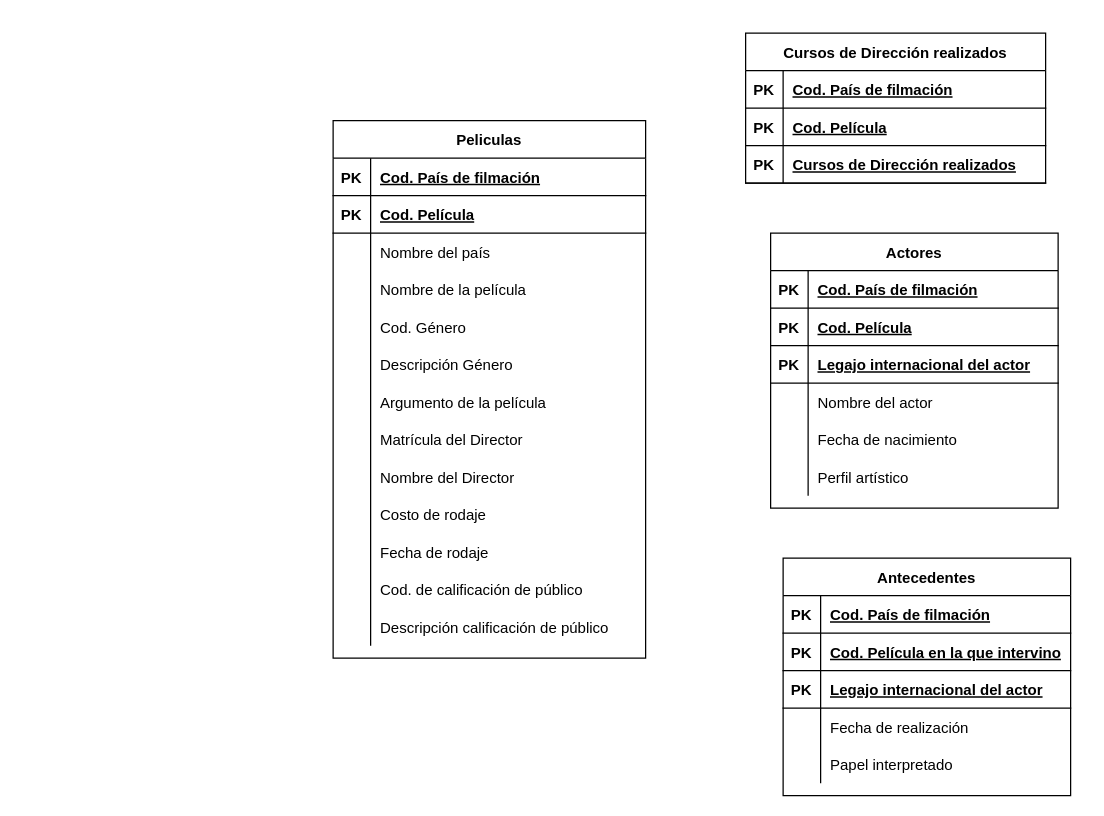
Earlier version of the draw.io diagram peliculas.drawio (RailGun15/BaseDeDatos-UTN). Source tidied: cells renumbered, new cells numbered last; positions are measured from the earlier drawing's top-left corner, leaving out a move shared by most shapes. Both pictures are drawn from the tidied source at 125%, with x=0, y=0 at pixel (332, 32).
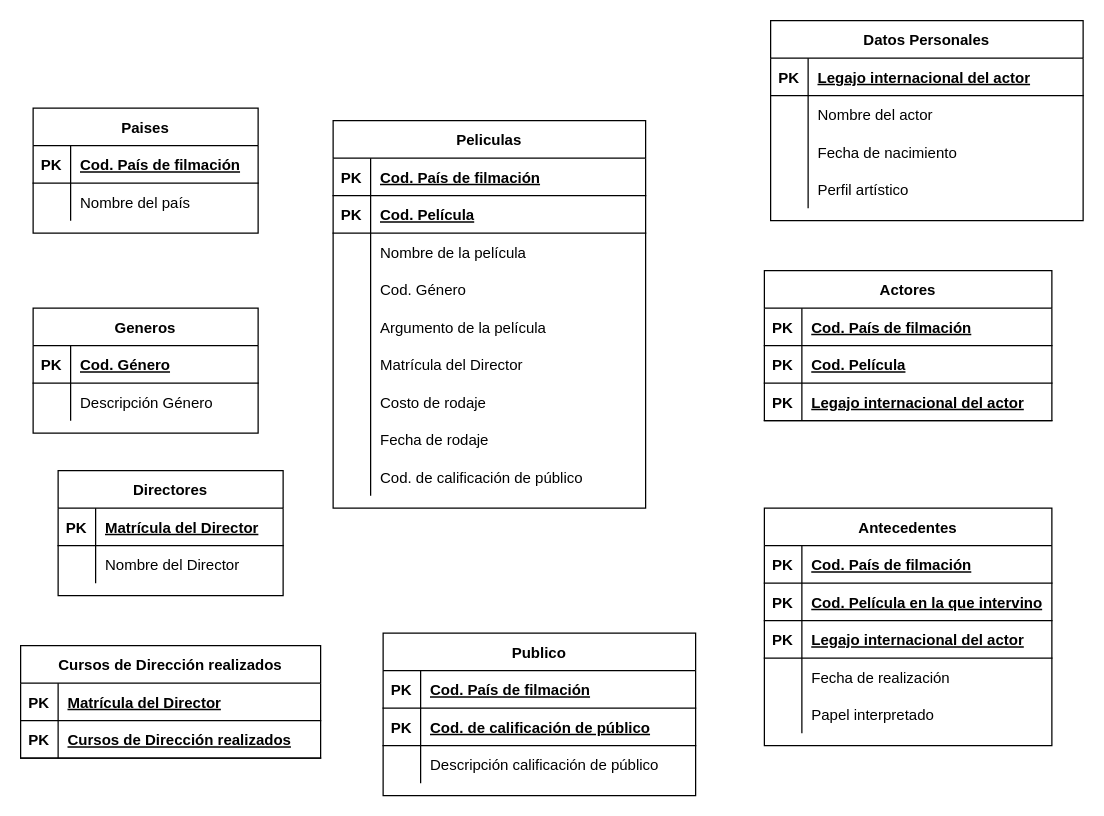
Above is the later version.

Change to the diagram source:
```diff
@@
-    <mxCell id="2" value="Cursos de Dirección realizados" style="shape=table;startSize=30;childLayout=tableLayout;rowLines=0;fontStyle=1;align=center;" parent="1" vertex="1">
-      <mxGeometry x="330" width="240" height="120" as="geometry" />
-    </mxCell>
-    <mxCell id="3" style="shape=partialRectangle;fillColor=none;top=0;left=0;bottom=1;right=0;" parent="2" vertex="1">
-      <mxGeometry y="30" width="240" height="30" as="geometry" />
-    </mxCell>
-    <mxCell id="4" value="PK" style="shape=partialRectangle;fillColor=none;top=0;left=0;bottom=0;right=0;fontStyle=1;overflow=hidden;" parent="3" vertex="1">
-      <mxGeometry width="30" height="30" as="geometry" />
-    </mxCell>
-    <mxCell id="5" value="Cod. País de filmación" style="shape=partialRectangle;fillColor=none;top=0;left=0;bottom=0;right=0;align=left;spacingLeft=6;fontStyle=5;overflow=hidden;" parent="3" vertex="1">
-      <mxGeometry x="30" width="210" height="30" as="geometry" />
-    </mxCell>
-    <mxCell id="6" style="shape=partialRectangle;fillColor=none;top=0;left=0;bottom=1;right=0;" parent="2" vertex="1">
-      <mxGeometry y="60" width="240" height="30" as="geometry" />
-    </mxCell>
-    <mxCell id="7" value="PK" style="shape=partialRectangle;fillColor=none;top=0;left=0;bottom=0;right=0;fontStyle=1;overflow=hidden;" parent="6" vertex="1">
-      <mxGeometry width="30" height="30" as="geometry" />
-    </mxCell>
-    <mxCell id="8" value="Cod. Película" style="shape=partialRectangle;fillColor=none;top=0;left=0;bottom=0;right=0;align=left;spacingLeft=6;fontStyle=5;overflow=hidden;" parent="6" vertex="1">
-      <mxGeometry x="30" width="210" height="30" as="geometry" />
-    </mxCell>
-    <mxCell id="9" style="shape=partialRectangle;fillColor=none;top=0;left=0;bottom=1;right=0;" parent="2" vertex="1">
-      <mxGeometry y="90" width="240" height="30" as="geometry" />
-    </mxCell>
-    <mxCell id="10" value="PK" style="shape=partialRectangle;fillColor=none;top=0;left=0;bottom=0;right=0;fontStyle=1;overflow=hidden;" parent="9" vertex="1">
-      <mxGeometry width="30" height="30" as="geometry" />
-    </mxCell>
-    <mxCell id="11" value="Cursos de Dirección realizados" style="shape=partialRectangle;fillColor=none;top=0;left=0;bottom=0;right=0;align=left;spacingLeft=6;fontStyle=5;overflow=hidden;" parent="9" vertex="1">
-      <mxGeometry x="30" width="210" height="30" as="geometry" />
-    </mxCell>
     <mxCell id="12" value="Peliculas" style="shape=table;startSize=30;childLayout=tableLayout;rowLines=0;fontStyle=1;align=center;" parent="1" vertex="1">
-      <mxGeometry y="70" width="250" height="430" as="geometry" />
+      <mxGeometry y="70" width="250" height="310" as="geometry" />
     </mxCell>
@@
-    <mxCell id="19" style="shape=partialRectangle;fillColor=none;top=0;left=0;bottom=0;right=0;" parent="12" vertex="1">
-      <mxGeometry y="90" width="250" height="30" as="geometry" />
-    </mxCell>
-    <mxCell id="20" style="shape=partialRectangle;fillColor=none;top=0;left=0;bottom=0;right=0;overflow=hidden;" parent="19" vertex="1">
-      <mxGeometry width="30" height="30" as="geometry" />
-    </mxCell>
-    <mxCell id="21" value="Nombre del país" style="shape=partialRectangle;fillColor=none;top=0;left=0;bottom=0;right=0;align=left;spacingLeft=6;overflow=hidden;" parent="19" vertex="1">
-      <mxGeometry x="30" width="220" height="30" as="geometry" />
-    </mxCell>
     <mxCell id="22" style="shape=partialRectangle;fillColor=none;top=0;left=0;bottom=0;right=0;" parent="12" vertex="1">
-      <mxGeometry y="120" width="250" height="30" as="geometry" />
+      <mxGeometry y="90" width="250" height="30" as="geometry" />
     </mxCell>
@@
     <mxCell id="25" style="shape=partialRectangle;fillColor=none;top=0;left=0;bottom=0;right=0;" parent="12" vertex="1">
-      <mxGeometry y="150" width="250" height="30" as="geometry" />
+      <mxGeometry y="120" width="250" height="30" as="geometry" />
     </mxCell>
@@
-    <mxCell id="28" style="shape=partialRectangle;fillColor=none;top=0;left=0;bottom=0;right=0;" parent="12" vertex="1">
-      <mxGeometry y="180" width="250" height="30" as="geometry" />
-    </mxCell>
-    <mxCell id="29" style="shape=partialRectangle;fillColor=none;top=0;left=0;bottom=0;right=0;overflow=hidden;" parent="28" vertex="1">
-      <mxGeometry width="30" height="30" as="geometry" />
-    </mxCell>
-    <mxCell id="30" value="Descripción Género" style="shape=partialRectangle;fillColor=none;top=0;left=0;bottom=0;right=0;align=left;spacingLeft=6;overflow=hidden;" parent="28" vertex="1">
-      <mxGeometry x="30" width="220" height="30" as="geometry" />
-    </mxCell>
     <mxCell id="31" style="shape=partialRectangle;fillColor=none;top=0;left=0;bottom=0;right=0;" parent="12" vertex="1">
-      <mxGeometry y="210" width="250" height="30" as="geometry" />
+      <mxGeometry y="150" width="250" height="30" as="geometry" />
     </mxCell>
@@
     <mxCell id="34" style="shape=partialRectangle;fillColor=none;top=0;left=0;bottom=0;right=0;" parent="12" vertex="1">
-      <mxGeometry y="240" width="250" height="30" as="geometry" />
+      <mxGeometry y="180" width="250" height="30" as="geometry" />
     </mxCell>
@@
-    <mxCell id="37" style="shape=partialRectangle;fillColor=none;top=0;left=0;bottom=0;right=0;" parent="12" vertex="1">
-      <mxGeometry y="270" width="250" height="30" as="geometry" />
-    </mxCell>
-    <mxCell id="38" style="shape=partialRectangle;fillColor=none;top=0;left=0;bottom=0;right=0;overflow=hidden;" parent="37" vertex="1">
-      <mxGeometry width="30" height="30" as="geometry" />
-    </mxCell>
-    <mxCell id="39" value="Nombre del Director" style="shape=partialRectangle;fillColor=none;top=0;left=0;bottom=0;right=0;align=left;spacingLeft=6;overflow=hidden;" parent="37" vertex="1">
-      <mxGeometry x="30" width="220" height="30" as="geometry" />
-    </mxCell>
     <mxCell id="40" style="shape=partialRectangle;fillColor=none;top=0;left=0;bottom=0;right=0;" parent="12" vertex="1">
-      <mxGeometry y="300" width="250" height="30" as="geometry" />
+      <mxGeometry y="210" width="250" height="30" as="geometry" />
     </mxCell>
@@
     <mxCell id="43" style="shape=partialRectangle;fillColor=none;top=0;left=0;bottom=0;right=0;" parent="12" vertex="1">
-      <mxGeometry y="330" width="250" height="30" as="geometry" />
+      <mxGeometry y="240" width="250" height="30" as="geometry" />
     </mxCell>
@@
     <mxCell id="46" style="shape=partialRectangle;fillColor=none;top=0;left=0;bottom=0;right=0;" parent="12" vertex="1">
-      <mxGeometry y="360" width="250" height="30" as="geometry" />
+      <mxGeometry y="270" width="250" height="30" as="geometry" />
     </mxCell>
@@
-    <mxCell id="49" style="shape=partialRectangle;fillColor=none;top=0;left=0;bottom=0;right=0;" parent="12" vertex="1">
-      <mxGeometry y="390" width="250" height="30" as="geometry" />
-    </mxCell>
-    <mxCell id="50" style="shape=partialRectangle;fillColor=none;top=0;left=0;bottom=0;right=0;overflow=hidden;" parent="49" vertex="1">
-      <mxGeometry width="30" height="30" as="geometry" />
-    </mxCell>
+    <mxCell id="87" value="Datos Personales" style="shape=table;startSize=30;childLayout=tableLayout;rowLines=0;fontStyle=1;align=center;" parent="1" vertex="1">
+      <mxGeometry x="350" y="-10" width="250" height="160" as="geometry" />
+    </mxCell>
+    <mxCell id="88" style="shape=partialRectangle;fillColor=none;top=0;left=0;bottom=1;right=0;" parent="87" vertex="1">
+      <mxGeometry y="30" width="250" height="30" as="geometry" />
+    </mxCell>
+    <mxCell id="89" value="PK" style="shape=partialRectangle;fillColor=none;top=0;left=0;bottom=0;right=0;fontStyle=1;overflow=hidden;" parent="88" vertex="1">
+      <mxGeometry width="30" height="30" as="geometry" />
+    </mxCell>
+    <mxCell id="90" value="Legajo internacional del actor" style="shape=partialRectangle;fillColor=none;top=0;left=0;bottom=0;right=0;align=left;spacingLeft=6;fontStyle=5;overflow=hidden;" parent="88" vertex="1">
+      <mxGeometry x="30" width="220" height="30" as="geometry" />
+    </mxCell>
+    <mxCell id="91" style="shape=partialRectangle;fillColor=none;top=0;left=0;bottom=0;right=0;" parent="87" vertex="1">
+      <mxGeometry y="60" width="250" height="30" as="geometry" />
+    </mxCell>
+    <mxCell id="92" style="shape=partialRectangle;fillColor=none;top=0;left=0;bottom=0;right=0;overflow=hidden;" parent="91" vertex="1">
+      <mxGeometry width="30" height="30" as="geometry" />
+    </mxCell>
+    <mxCell id="64" value="Nombre del actor" style="shape=partialRectangle;fillColor=none;top=0;left=0;bottom=0;right=0;align=left;spacingLeft=6;overflow=hidden;" parent="91" vertex="1">
+      <mxGeometry x="30" width="220" height="30" as="geometry" />
+    </mxCell>
+    <mxCell id="93" style="shape=partialRectangle;fillColor=none;top=0;left=0;bottom=0;right=0;" parent="87" vertex="1">
+      <mxGeometry y="90" width="250" height="30" as="geometry" />
+    </mxCell>
+    <mxCell id="94" style="shape=partialRectangle;fillColor=none;top=0;left=0;bottom=0;right=0;overflow=hidden;" parent="93" vertex="1">
+      <mxGeometry width="30" height="30" as="geometry" />
+    </mxCell>
+    <mxCell id="67" value="Fecha de nacimiento" style="shape=partialRectangle;fillColor=none;top=0;left=0;bottom=0;right=0;align=left;spacingLeft=6;overflow=hidden;" parent="93" vertex="1">
+      <mxGeometry x="30" width="220" height="30" as="geometry" />
+    </mxCell>
+    <mxCell id="95" style="shape=partialRectangle;fillColor=none;top=0;left=0;bottom=0;right=0;" parent="87" vertex="1">
+      <mxGeometry y="120" width="250" height="30" as="geometry" />
+    </mxCell>
+    <mxCell id="96" style="shape=partialRectangle;fillColor=none;top=0;left=0;bottom=0;right=0;overflow=hidden;" parent="95" vertex="1">
+      <mxGeometry width="30" height="30" as="geometry" />
+    </mxCell>
+    <mxCell id="70" value="Perfil artístico" style="shape=partialRectangle;fillColor=none;top=0;left=0;bottom=0;right=0;align=left;spacingLeft=6;overflow=hidden;" parent="95" vertex="1">
+      <mxGeometry x="30" width="220" height="30" as="geometry" />
+    </mxCell>
+    <mxCell id="97" value="Paises" style="shape=table;startSize=30;childLayout=tableLayout;rowLines=0;fontStyle=1;align=center;" parent="1" vertex="1">
+      <mxGeometry x="-240" y="60" width="180" height="100" as="geometry" />
+    </mxCell>
+    <mxCell id="98" style="shape=partialRectangle;fillColor=none;top=0;left=0;bottom=1;right=0;" parent="97" vertex="1">
+      <mxGeometry y="30" width="180" height="30" as="geometry" />
+    </mxCell>
+    <mxCell id="99" value="PK" style="shape=partialRectangle;fillColor=none;top=0;left=0;bottom=0;right=0;fontStyle=1;overflow=hidden;" parent="98" vertex="1">
+      <mxGeometry width="30" height="30" as="geometry" />
+    </mxCell>
+    <mxCell id="100" value="Cod. País de filmación" style="shape=partialRectangle;fillColor=none;top=0;left=0;bottom=0;right=0;align=left;spacingLeft=6;fontStyle=5;overflow=hidden;" parent="98" vertex="1">
+      <mxGeometry x="30" width="150" height="30" as="geometry" />
+    </mxCell>
+    <mxCell id="101" style="shape=partialRectangle;fillColor=none;top=0;left=0;bottom=0;right=0;" parent="97" vertex="1">
+      <mxGeometry y="60" width="180" height="30" as="geometry" />
+    </mxCell>
+    <mxCell id="102" style="shape=partialRectangle;fillColor=none;top=0;left=0;bottom=0;right=0;overflow=hidden;" parent="101" vertex="1">
+      <mxGeometry width="30" height="30" as="geometry" />
+    </mxCell>
+    <mxCell id="21" value="Nombre del país" style="shape=partialRectangle;fillColor=none;top=0;left=0;bottom=0;right=0;align=left;spacingLeft=6;overflow=hidden;" parent="101" vertex="1">
+      <mxGeometry x="30" width="150" height="30" as="geometry" />
+    </mxCell>
+    <mxCell id="103" value="Generos" style="shape=table;startSize=30;childLayout=tableLayout;rowLines=0;fontStyle=1;align=center;" parent="1" vertex="1">
+      <mxGeometry x="-240" y="220" width="180" height="100" as="geometry" />
+    </mxCell>
+    <mxCell id="104" style="shape=partialRectangle;fillColor=none;top=0;left=0;bottom=1;right=0;" parent="103" vertex="1">
+      <mxGeometry y="30" width="180" height="30" as="geometry" />
+    </mxCell>
+    <mxCell id="105" value="PK" style="shape=partialRectangle;fillColor=none;top=0;left=0;bottom=0;right=0;fontStyle=1;overflow=hidden;" parent="104" vertex="1">
+      <mxGeometry width="30" height="30" as="geometry" />
+    </mxCell>
+    <mxCell id="106" value="Cod. Género" style="shape=partialRectangle;fillColor=none;top=0;left=0;bottom=0;right=0;align=left;spacingLeft=6;fontStyle=5;overflow=hidden;" parent="104" vertex="1">
+      <mxGeometry x="30" width="150" height="30" as="geometry" />
+    </mxCell>
+    <mxCell id="107" style="shape=partialRectangle;fillColor=none;top=0;left=0;bottom=0;right=0;" parent="103" vertex="1">
+      <mxGeometry y="60" width="180" height="30" as="geometry" />
+    </mxCell>
+    <mxCell id="108" style="shape=partialRectangle;fillColor=none;top=0;left=0;bottom=0;right=0;overflow=hidden;" parent="107" vertex="1">
+      <mxGeometry width="30" height="30" as="geometry" />
+    </mxCell>
+    <mxCell id="30" value="Descripción Género" style="shape=partialRectangle;fillColor=none;top=0;left=0;bottom=0;right=0;align=left;spacingLeft=6;overflow=hidden;" parent="107" vertex="1">
+      <mxGeometry x="30" width="150" height="30" as="geometry" />
+    </mxCell>
+    <mxCell id="109" value="Directores" style="shape=table;startSize=30;childLayout=tableLayout;rowLines=0;fontStyle=1;align=center;" parent="1" vertex="1">
+      <mxGeometry x="-220" y="350" width="180" height="100" as="geometry" />
+    </mxCell>
+    <mxCell id="110" style="shape=partialRectangle;fillColor=none;top=0;left=0;bottom=1;right=0;" parent="109" vertex="1">
+      <mxGeometry y="30" width="180" height="30" as="geometry" />
+    </mxCell>
+    <mxCell id="111" value="PK" style="shape=partialRectangle;fillColor=none;top=0;left=0;bottom=0;right=0;fontStyle=1;overflow=hidden;" parent="110" vertex="1">
+      <mxGeometry width="30" height="30" as="geometry" />
+    </mxCell>
+    <mxCell id="112" value="Matrícula del Director" style="shape=partialRectangle;fillColor=none;top=0;left=0;bottom=0;right=0;align=left;spacingLeft=6;fontStyle=5;overflow=hidden;" parent="110" vertex="1">
+      <mxGeometry x="30" width="150" height="30" as="geometry" />
+    </mxCell>
+    <mxCell id="113" style="shape=partialRectangle;fillColor=none;top=0;left=0;bottom=0;right=0;" parent="109" vertex="1">
+      <mxGeometry y="60" width="180" height="30" as="geometry" />
+    </mxCell>
+    <mxCell id="114" style="shape=partialRectangle;fillColor=none;top=0;left=0;bottom=0;right=0;overflow=hidden;" parent="113" vertex="1">
+      <mxGeometry width="30" height="30" as="geometry" />
+    </mxCell>
+    <mxCell id="39" value="Nombre del Director" style="shape=partialRectangle;fillColor=none;top=0;left=0;bottom=0;right=0;align=left;spacingLeft=6;overflow=hidden;" parent="113" vertex="1">
+      <mxGeometry x="30" width="150" height="30" as="geometry" />
+    </mxCell>
+    <mxCell id="115" value="Publico" style="shape=table;startSize=30;childLayout=tableLayout;rowLines=0;fontStyle=1;align=center;" parent="1" vertex="1">
+      <mxGeometry x="40" y="480" width="250" height="130" as="geometry" />
+    </mxCell>
+    <mxCell id="116" style="shape=partialRectangle;fillColor=none;top=0;left=0;bottom=1;right=0;" parent="115" vertex="1">
+      <mxGeometry y="30" width="250" height="30" as="geometry" />
+    </mxCell>
+    <mxCell id="117" value="PK" style="shape=partialRectangle;fillColor=none;top=0;left=0;bottom=0;right=0;fontStyle=1;overflow=hidden;" parent="116" vertex="1">
+      <mxGeometry width="30" height="30" as="geometry" />
+    </mxCell>
+    <mxCell id="118" value="Cod. País de filmación" style="shape=partialRectangle;fillColor=none;top=0;left=0;bottom=0;right=0;align=left;spacingLeft=6;fontStyle=5;overflow=hidden;" parent="116" vertex="1">
+      <mxGeometry x="30" width="220" height="30" as="geometry" />
+    </mxCell>
+    <mxCell id="119" style="shape=partialRectangle;fillColor=none;top=0;left=0;bottom=1;right=0;" parent="115" vertex="1">
+      <mxGeometry y="60" width="250" height="30" as="geometry" />
+    </mxCell>
+    <mxCell id="120" value="PK" style="shape=partialRectangle;fillColor=none;top=0;left=0;bottom=0;right=0;fontStyle=1;overflow=hidden;" parent="119" vertex="1">
+      <mxGeometry width="30" height="30" as="geometry" />
+    </mxCell>
+    <mxCell id="121" value="Cod. de calificación de público" style="shape=partialRectangle;fillColor=none;top=0;left=0;bottom=0;right=0;align=left;spacingLeft=6;fontStyle=5;overflow=hidden;" parent="119" vertex="1">
+      <mxGeometry x="30" width="220" height="30" as="geometry" />
+    </mxCell>
+    <mxCell id="122" style="shape=partialRectangle;fillColor=none;top=0;left=0;bottom=0;right=0;" parent="115" vertex="1">
+      <mxGeometry y="90" width="250" height="30" as="geometry" />
+    </mxCell>
+    <mxCell id="123" style="shape=partialRectangle;fillColor=none;top=0;left=0;bottom=0;right=0;overflow=hidden;" parent="122" vertex="1">
+      <mxGeometry width="30" height="30" as="geometry" />
+    </mxCell>
-    <mxCell id="51" value="Descripción calificación de público" style="shape=partialRectangle;fillColor=none;top=0;left=0;bottom=0;right=0;align=left;spacingLeft=6;overflow=hidden;" parent="49" vertex="1">
+    <mxCell id="51" value="Descripción calificación de público" style="shape=partialRectangle;fillColor=none;top=0;left=0;bottom=0;right=0;align=left;spacingLeft=6;overflow=hidden;" parent="122" vertex="1">
       <mxGeometry x="30" width="220" height="30" as="geometry" />
     </mxCell>
+    <mxCell id="2" value="Cursos de Dirección realizados" style="shape=table;startSize=30;childLayout=tableLayout;rowLines=0;fontStyle=1;align=center;" parent="1" vertex="1">
+      <mxGeometry x="-250" y="490" width="240" height="90" as="geometry" />
+    </mxCell>
+    <mxCell id="3" style="shape=partialRectangle;fillColor=none;top=0;left=0;bottom=1;right=0;" parent="2" vertex="1">
+      <mxGeometry y="30" width="240" height="30" as="geometry" />
+    </mxCell>
+    <mxCell id="124" value="PK" style="shape=partialRectangle;fillColor=none;top=0;left=0;bottom=0;right=0;fontStyle=1;overflow=hidden;" parent="3" vertex="1">
+      <mxGeometry width="30" height="30" as="geometry" />
+    </mxCell>
+    <mxCell id="125" value="Matrícula del Director" style="shape=partialRectangle;fillColor=none;top=0;left=0;bottom=0;right=0;align=left;spacingLeft=6;fontStyle=5;overflow=hidden;" parent="3" vertex="1">
+      <mxGeometry x="30" width="210" height="30" as="geometry" />
+    </mxCell>
+    <mxCell id="9" style="shape=partialRectangle;fillColor=none;top=0;left=0;bottom=1;right=0;" parent="2" vertex="1">
+      <mxGeometry y="60" width="240" height="30" as="geometry" />
+    </mxCell>
+    <mxCell id="10" value="PK" style="shape=partialRectangle;fillColor=none;top=0;left=0;bottom=0;right=0;fontStyle=1;overflow=hidden;" parent="9" vertex="1">
+      <mxGeometry width="30" height="30" as="geometry" />
+    </mxCell>
+    <mxCell id="11" value="Cursos de Dirección realizados" style="shape=partialRectangle;fillColor=none;top=0;left=0;bottom=0;right=0;align=left;spacingLeft=6;fontStyle=5;overflow=hidden;" parent="9" vertex="1">
+      <mxGeometry x="30" width="210" height="30" as="geometry" />
+    </mxCell>
     <mxCell id="52" value="Actores" style="shape=table;startSize=30;childLayout=tableLayout;rowLines=0;fontStyle=1;align=center;" parent="1" vertex="1">
-      <mxGeometry x="350" y="160" width="230" height="220" as="geometry" />
+      <mxGeometry x="345" y="190" width="230" height="120" as="geometry" />
     </mxCell>
@@
-    <mxCell id="62" style="shape=partialRectangle;fillColor=none;top=0;left=0;bottom=0;right=0;" parent="52" vertex="1">
-      <mxGeometry y="120" width="230" height="30" as="geometry" />
-    </mxCell>
-    <mxCell id="63" style="shape=partialRectangle;fillColor=none;top=0;left=0;bottom=0;right=0;overflow=hidden;" parent="62" vertex="1">
-      <mxGeometry width="30" height="30" as="geometry" />
-    </mxCell>
-    <mxCell id="64" value="Nombre del actor" style="shape=partialRectangle;fillColor=none;top=0;left=0;bottom=0;right=0;align=left;spacingLeft=6;overflow=hidden;" parent="62" vertex="1">
-      <mxGeometry x="30" width="200" height="30" as="geometry" />
-    </mxCell>
-    <mxCell id="65" style="shape=partialRectangle;fillColor=none;top=0;left=0;bottom=0;right=0;" parent="52" vertex="1">
-      <mxGeometry y="150" width="230" height="30" as="geometry" />
-    </mxCell>
-    <mxCell id="66" style="shape=partialRectangle;fillColor=none;top=0;left=0;bottom=0;right=0;overflow=hidden;" parent="65" vertex="1">
-      <mxGeometry width="30" height="30" as="geometry" />
-    </mxCell>
-    <mxCell id="67" value="Fecha de nacimiento" style="shape=partialRectangle;fillColor=none;top=0;left=0;bottom=0;right=0;align=left;spacingLeft=6;overflow=hidden;" parent="65" vertex="1">
-      <mxGeometry x="30" width="200" height="30" as="geometry" />
-    </mxCell>
-    <mxCell id="68" style="shape=partialRectangle;fillColor=none;top=0;left=0;bottom=0;right=0;" parent="52" vertex="1">
-      <mxGeometry y="180" width="230" height="30" as="geometry" />
-    </mxCell>
-    <mxCell id="69" style="shape=partialRectangle;fillColor=none;top=0;left=0;bottom=0;right=0;overflow=hidden;" parent="68" vertex="1">
-      <mxGeometry width="30" height="30" as="geometry" />
-    </mxCell>
-    <mxCell id="70" value="Perfil artístico" style="shape=partialRectangle;fillColor=none;top=0;left=0;bottom=0;right=0;align=left;spacingLeft=6;overflow=hidden;" parent="68" vertex="1">
-      <mxGeometry x="30" width="200" height="30" as="geometry" />
-    </mxCell>
     <mxCell id="71" value="Antecedentes " style="shape=table;startSize=30;childLayout=tableLayout;rowLines=0;fontStyle=1;align=center;" parent="1" vertex="1">
-      <mxGeometry x="360" y="420" width="230" height="190" as="geometry" />
+      <mxGeometry x="345" y="380" width="230" height="190" as="geometry" />
     </mxCell>
```
